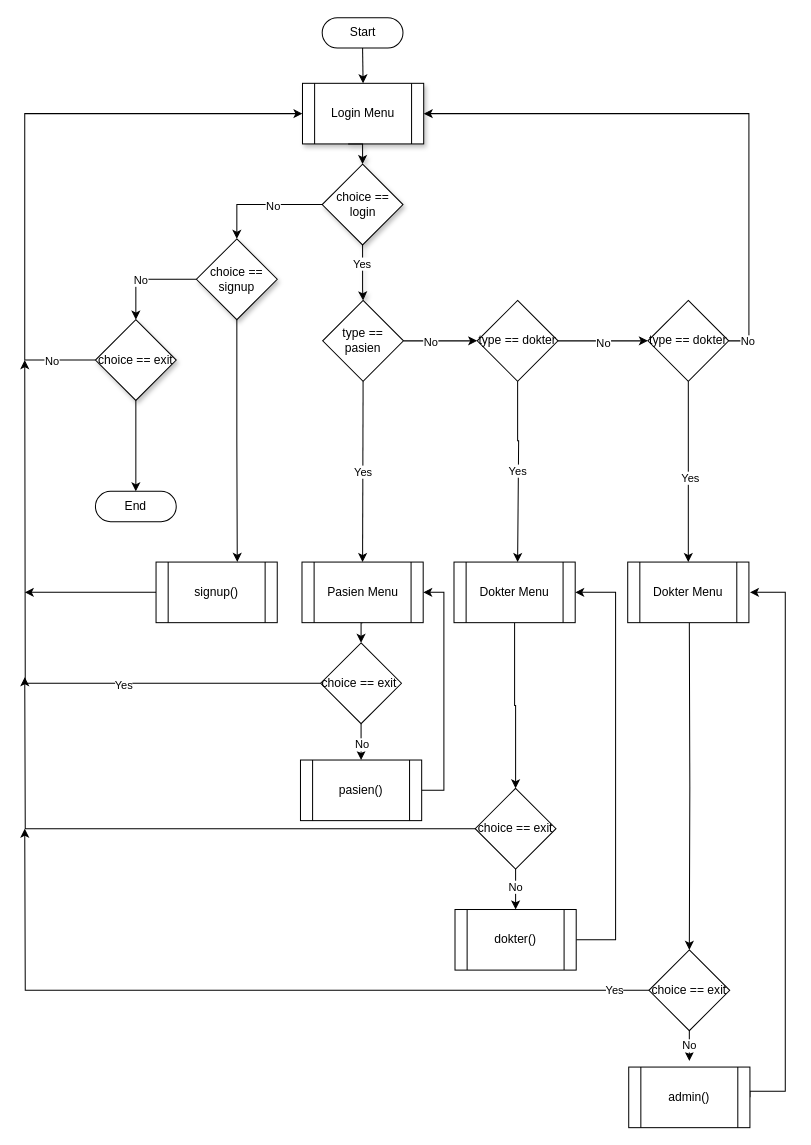
Before: tugas-akhir-strukdat.drawio in dash4k/tugas-akhir-strukdat, a draw.io diagram. Source tidied: cells renumbered, new cells numbered last; positions are measured from the earlier drawing's top-left corner, leaving out a move shared by most shapes. Both pictures are drawn from the tidied source at 101%, with x=0, y=0 at pixel (24, 17).
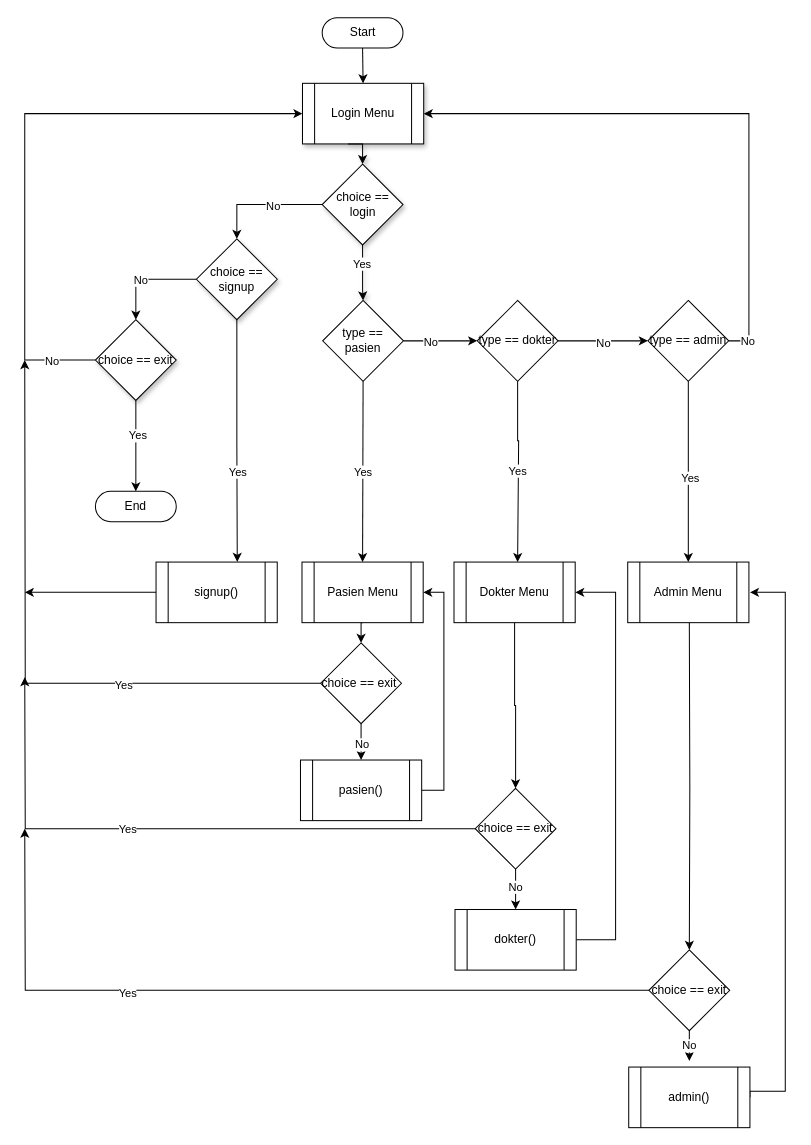
After the change.

The change refers to these unchanged cells:
```xml
<mxCell id="25" style="edgeStyle=orthogonalEdgeStyle;rounded=0;jettySize=auto;html=1;entryX=0.67;entryY=-0.003;entryDx=0;entryDy=0;entryPerimeter=0;" parent="1" edge="1" source="26" target="31">
  <mxGeometry relative="1" as="geometry" />
</mxCell>
<mxCell id="41" style="edgeStyle=orthogonalEdgeStyle;rounded=0;jettySize=auto;html=1;" parent="1" edge="1" source="42">
  <mxGeometry relative="1" as="geometry">
    <mxPoint y="653" as="targetPoint" />
  </mxGeometry>
</mxCell>
<mxCell id="54" style="edgeStyle=orthogonalEdgeStyle;rounded=0;jettySize=auto;html=1;exitX=0;exitY=0.5;exitDx=0;exitDy=0;" parent="1" edge="1" source="56">
  <mxGeometry relative="1" as="geometry">
    <mxPoint y="803" as="targetPoint" />
  </mxGeometry>
</mxCell>
<mxCell id="62" style="edgeStyle=orthogonalEdgeStyle;rounded=0;jettySize=auto;html=1;exitX=0.5;exitY=1;exitDx=0;exitDy=0;entryX=0.5;entryY=0.5;entryDx=0;entryDy=-15;entryPerimeter=0;" parent="1" edge="1" source="29" target="61">
  <mxGeometry relative="1" as="geometry" />
</mxCell>
```

The edit, as a diff of the source:
```diff
@@
+    <mxCell id="63" value="Yes" style="edgeLabel;html=1;align=center;verticalAlign=middle;" parent="25" vertex="1">
+      <mxGeometry x="0.26" relative="1" as="geometry" />
+    </mxCell>
@@
+    <mxCell id="64" value="Yes" style="edgeLabel;html=1;align=center;verticalAlign=middle;" parent="41" vertex="1">
+      <mxGeometry x="0.16" relative="1" as="geometry" />
+    </mxCell>
@@
-    <mxCell id="49" value="type == dokter" style="rhombus;whiteSpace=wrap;html=1;" parent="1" vertex="1">
+    <mxCell id="49" value="type == admin" style="rhombus;whiteSpace=wrap;html=1;" parent="1" vertex="1">
       <mxGeometry x="617" y="280" width="80" height="80" as="geometry" />
     </mxCell>
@@
-    <mxCell id="51" value="Dokter Menu" style="shape=process;whiteSpace=wrap;html=1;backgroundOutline=1;" parent="1" vertex="1">
+    <mxCell id="51" value="Admin Menu" style="shape=process;whiteSpace=wrap;html=1;backgroundOutline=1;" parent="1" vertex="1">
       <mxGeometry x="597" y="539" width="120" height="60" as="geometry" />
     </mxCell>
@@
-    <mxCell id="55" value="Yes" style="edgeLabel;html=1;align=center;verticalAlign=middle;" parent="54" vertex="1">
-      <mxGeometry x="-0.91" y="-1" relative="1" as="geometry" />
-    </mxCell>
+    <mxCell id="65" value="Yes" style="edgeLabel;html=1;align=center;verticalAlign=middle;" parent="54" vertex="1">
+      <mxGeometry x="0.33" y="2" relative="1" as="geometry" />
+    </mxCell>
@@
+    <mxCell id="66" value="Yes" style="edgeLabel;html=1;align=center;verticalAlign=middle;" parent="62" vertex="1">
+      <mxGeometry x="-0.24" y="1" relative="1" as="geometry" />
+    </mxCell>
```
